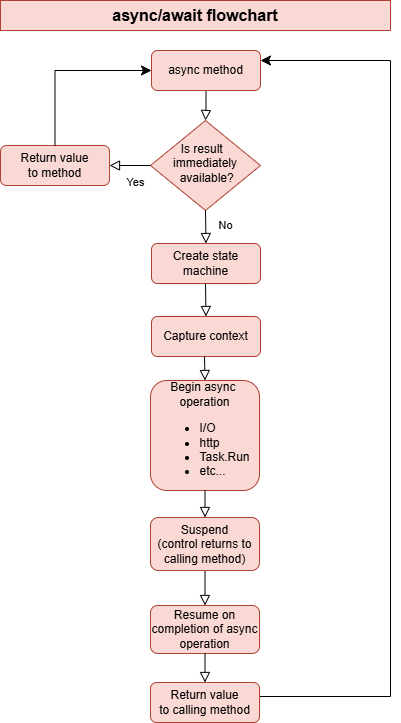
Earlier version of the draw.io export readme-images/async-await-flowchart.png (grantcolley/dotnetwhat). Source tidied: cells renumbered, new cells last; positions are measured from the earlier drawing's top-left corner, leaving out a move shared by most shapes.
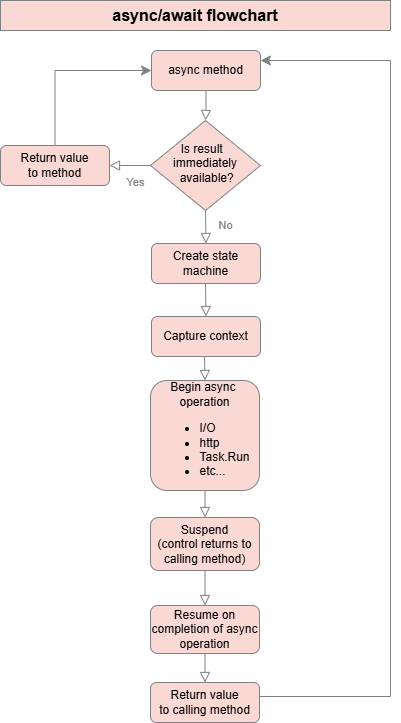
Above is the later version.

Change to the diagram source:
```diff
@@ -2,57 +2,57 @@
   <root>
     <mxCell id="0" />
     <mxCell id="1" parent="0" />
-    <mxCell id="2" style="rounded=0;html=1;jettySize=auto;fontSize=11;endArrow=block;endFill=0;endSize=8;strokeWidth=1;shadow=0;labelBackgroundColor=none;edgeStyle=orthogonalEdgeStyle;entryX=0.5;entryY=0;entryDx=0;entryDy=0;" parent="1" edge="1" source="3" target="4">
+    <mxCell id="2" style="rounded=0;html=1;jettySize=auto;fontSize=11;endArrow=block;endFill=0;endSize=8;strokeWidth=1;shadow=0;labelBackgroundColor=none;edgeStyle=orthogonalEdgeStyle;entryX=0.5;entryY=0;entryDx=0;entryDy=0;strokeColor=#808080;" parent="1" edge="1" source="3" target="4">
       <mxGeometry relative="1" as="geometry" />
     </mxCell>
-    <mxCell id="3" value="async method" style="rounded=1;whiteSpace=wrap;html=1;fontSize=12;glass=0;strokeWidth=1;shadow=0;fillColor=#fad9d5;strokeColor=#ae4132;" parent="1" vertex="1">
+    <mxCell id="3" value="async method" style="rounded=1;whiteSpace=wrap;html=1;fontSize=12;glass=0;strokeWidth=1;shadow=0;fillColor=#fad9d5;strokeColor=#808080;" parent="1" vertex="1">
       <mxGeometry x="151" y="50" width="109" height="40" as="geometry" />
     </mxCell>
-    <mxCell id="4" value="Is result&amp;nbsp;&amp;nbsp;&lt;div&gt;immediately&lt;/div&gt;&lt;div&gt;&amp;nbsp;available?&lt;/div&gt;" style="rhombus;whiteSpace=wrap;html=1;shadow=0;fontFamily=Helvetica;fontSize=12;align=center;strokeWidth=1;spacing=6;spacingTop=-4;fillColor=#fad9d5;strokeColor=#ae4132;" parent="1" vertex="1">
+    <mxCell id="4" value="Is result&amp;nbsp;&amp;nbsp;&lt;div&gt;immediately&lt;/div&gt;&lt;div&gt;&amp;nbsp;available?&lt;/div&gt;" style="rhombus;whiteSpace=wrap;html=1;shadow=0;fontFamily=Helvetica;fontSize=12;align=center;strokeWidth=1;spacing=6;spacingTop=-4;fillColor=#fad9d5;strokeColor=#808080;" parent="1" vertex="1">
       <mxGeometry x="150" y="120" width="110" height="90" as="geometry" />
     </mxCell>
-    <mxCell id="5" value="Create state machine" style="rounded=1;whiteSpace=wrap;html=1;fontSize=12;glass=0;strokeWidth=1;shadow=0;fillColor=#fad9d5;strokeColor=#ae4132;" parent="1" vertex="1">
+    <mxCell id="5" value="Create state machine" style="rounded=1;whiteSpace=wrap;html=1;fontSize=12;glass=0;strokeWidth=1;shadow=0;fillColor=#fad9d5;strokeColor=#808080;" parent="1" vertex="1">
       <mxGeometry x="151" y="243" width="109" height="40" as="geometry" />
     </mxCell>
-    <mxCell id="6" value="Return value&lt;div&gt;to method&lt;/div&gt;" style="rounded=1;whiteSpace=wrap;html=1;fontSize=12;glass=0;strokeWidth=1;shadow=0;fillColor=#fad9d5;strokeColor=#ae4132;" parent="1" vertex="1">
+    <mxCell id="6" value="Return value&lt;div&gt;to method&lt;/div&gt;" style="rounded=1;whiteSpace=wrap;html=1;fontSize=12;glass=0;strokeWidth=1;shadow=0;fillColor=#fad9d5;strokeColor=#808080;" parent="1" vertex="1">
       <mxGeometry y="145" width="109" height="40" as="geometry" />
     </mxCell>
-    <mxCell id="7" value="&lt;div&gt;&lt;br&gt;&lt;/div&gt;&lt;div&gt;&lt;br&gt;&lt;/div&gt;&amp;nbsp; &amp;nbsp; Yes&lt;div&gt;&lt;br&gt;&lt;/div&gt;" style="edgeStyle=orthogonalEdgeStyle;rounded=0;html=1;jettySize=auto;fontSize=11;endArrow=block;endFill=0;endSize=8;strokeWidth=1;shadow=0;labelBackgroundColor=none;exitX=0;exitY=0.5;exitDx=0;exitDy=0;" parent="1" edge="1" source="4" target="6">
+    <mxCell id="7" value="&lt;div&gt;&lt;font style=&quot;color: rgb(128, 128, 128);&quot;&gt;&lt;br&gt;&lt;/font&gt;&lt;/div&gt;&lt;div&gt;&lt;font style=&quot;color: rgb(128, 128, 128);&quot;&gt;&lt;br&gt;&lt;/font&gt;&lt;/div&gt;&lt;font style=&quot;color: rgb(128, 128, 128);&quot;&gt;&amp;nbsp; &amp;nbsp; Yes&lt;/font&gt;&lt;div&gt;&lt;br&gt;&lt;/div&gt;" style="edgeStyle=orthogonalEdgeStyle;rounded=0;html=1;jettySize=auto;fontSize=11;endArrow=block;endFill=0;endSize=8;strokeWidth=1;shadow=0;labelBackgroundColor=none;exitX=0;exitY=0.5;exitDx=0;exitDy=0;strokeColor=#808080;" parent="1" edge="1" source="4" target="6">
       <mxGeometry x="0.02" y="10" relative="1" as="geometry" />
     </mxCell>
-    <mxCell id="8" value="No&lt;div&gt;&lt;br&gt;&lt;/div&gt;" style="rounded=0;html=1;jettySize=auto;fontSize=11;endArrow=block;endFill=0;endSize=8;strokeWidth=1;shadow=0;labelBackgroundColor=none;edgeStyle=orthogonalEdgeStyle;exitX=0.5;exitY=1;exitDx=0;exitDy=0;entryX=0.5;entryY=0;entryDx=0;entryDy=0;" parent="1" edge="1" source="4" target="5">
+    <mxCell id="8" value="&lt;font style=&quot;color: rgb(128, 128, 128);&quot;&gt;No&lt;/font&gt;&lt;div&gt;&lt;br&gt;&lt;/div&gt;" style="rounded=0;html=1;jettySize=auto;fontSize=11;endArrow=block;endFill=0;endSize=8;strokeWidth=1;shadow=0;labelBackgroundColor=none;edgeStyle=orthogonalEdgeStyle;exitX=0.5;exitY=1;exitDx=0;exitDy=0;entryX=0.5;entryY=0;entryDx=0;entryDy=0;strokeColor=#808080;" parent="1" edge="1" source="4" target="5">
       <mxGeometry x="0.33" y="20" relative="1" as="geometry" />
     </mxCell>
-    <mxCell id="9" style="edgeStyle=segmentEdgeStyle;endArrow=classic;html=1;curved=0;rounded=0;endSize=8;startSize=8;exitX=0.5;exitY=0;exitDx=0;exitDy=0;entryX=0;entryY=0.5;entryDx=0;entryDy=0;" parent="1" edge="1" source="6" target="3">
+    <mxCell id="9" style="edgeStyle=segmentEdgeStyle;endArrow=classic;html=1;curved=0;rounded=0;endSize=8;startSize=8;exitX=0.5;exitY=0;exitDx=0;exitDy=0;entryX=0;entryY=0.5;entryDx=0;entryDy=0;strokeColor=#808080;" parent="1" edge="1" source="6" target="3">
       <mxGeometry relative="1" as="geometry">
         <Array as="points">
           <mxPoint x="55" y="70" />
         </Array>
       </mxGeometry>
     </mxCell>
-    <mxCell id="10" value="Capture context" style="rounded=1;whiteSpace=wrap;html=1;fontSize=12;glass=0;strokeWidth=1;shadow=0;fillColor=#fad9d5;strokeColor=#ae4132;" parent="1" vertex="1">
+    <mxCell id="10" value="Capture context" style="rounded=1;whiteSpace=wrap;html=1;fontSize=12;glass=0;strokeWidth=1;shadow=0;fillColor=#fad9d5;strokeColor=#808080;" parent="1" vertex="1">
       <mxGeometry x="151" y="316" width="109" height="40" as="geometry" />
     </mxCell>
-    <mxCell id="11" value="&lt;div&gt;&lt;br&gt;&lt;/div&gt;" style="rounded=0;html=1;jettySize=auto;fontSize=11;endArrow=block;endFill=0;endSize=8;strokeWidth=1;shadow=0;labelBackgroundColor=none;edgeStyle=orthogonalEdgeStyle;exitX=0.5;exitY=1;exitDx=0;exitDy=0;entryX=0.5;entryY=0;entryDx=0;entryDy=0;" parent="1" edge="1" target="10">
+    <mxCell id="11" value="&lt;div&gt;&lt;br&gt;&lt;/div&gt;" style="rounded=0;html=1;jettySize=auto;fontSize=11;endArrow=block;endFill=0;endSize=8;strokeWidth=1;shadow=0;labelBackgroundColor=none;edgeStyle=orthogonalEdgeStyle;exitX=0.5;exitY=1;exitDx=0;exitDy=0;entryX=0.5;entryY=0;entryDx=0;entryDy=0;strokeColor=#808080;" parent="1" edge="1" target="10">
       <mxGeometry x="0.33" y="20" relative="1" as="geometry">
         <mxPoint x="205" y="283" as="sourcePoint" />
       </mxGeometry>
     </mxCell>
-    <mxCell id="12" value="Begin async&amp;nbsp;&lt;div&gt;operation&lt;/div&gt;&lt;div&gt;&lt;ul&gt;&lt;li style=&quot;text-align: left;&quot;&gt;&lt;span style=&quot;background-color: transparent; color: light-dark(rgb(0, 0, 0), rgb(255, 255, 255));&quot;&gt;I/O&lt;/span&gt;&lt;/li&gt;&lt;li style=&quot;text-align: left;&quot;&gt;&lt;span style=&quot;background-color: transparent; color: light-dark(rgb(0, 0, 0), rgb(255, 255, 255));&quot;&gt;http&lt;/span&gt;&lt;/li&gt;&lt;li style=&quot;text-align: left;&quot;&gt;Task.Run&lt;/li&gt;&lt;li style=&quot;text-align: left;&quot;&gt;etc...&lt;/li&gt;&lt;/ul&gt;&lt;/div&gt;" style="rounded=1;whiteSpace=wrap;html=1;fontSize=12;glass=0;strokeWidth=1;shadow=0;fillColor=#fad9d5;strokeColor=#ae4132;" parent="1" vertex="1">
+    <mxCell id="12" value="Begin async&amp;nbsp;&lt;div&gt;operation&lt;/div&gt;&lt;div&gt;&lt;ul&gt;&lt;li style=&quot;text-align: left;&quot;&gt;&lt;span style=&quot;background-color: transparent; color: light-dark(rgb(0, 0, 0), rgb(255, 255, 255));&quot;&gt;I/O&lt;/span&gt;&lt;/li&gt;&lt;li style=&quot;text-align: left;&quot;&gt;&lt;span style=&quot;background-color: transparent; color: light-dark(rgb(0, 0, 0), rgb(255, 255, 255));&quot;&gt;http&lt;/span&gt;&lt;/li&gt;&lt;li style=&quot;text-align: left;&quot;&gt;Task.Run&lt;/li&gt;&lt;li style=&quot;text-align: left;&quot;&gt;etc...&lt;/li&gt;&lt;/ul&gt;&lt;/div&gt;" style="rounded=1;whiteSpace=wrap;html=1;fontSize=12;glass=0;strokeWidth=1;shadow=0;fillColor=#fad9d5;strokeColor=#808080;" parent="1" vertex="1">
       <mxGeometry x="150" y="380" width="109" height="110" as="geometry" />
     </mxCell>
-    <mxCell id="13" value="&lt;div&gt;&lt;br&gt;&lt;/div&gt;" style="rounded=0;html=1;jettySize=auto;fontSize=11;endArrow=block;endFill=0;endSize=8;strokeWidth=1;shadow=0;labelBackgroundColor=none;edgeStyle=orthogonalEdgeStyle;exitX=0.5;exitY=1;exitDx=0;exitDy=0;entryX=0.5;entryY=0;entryDx=0;entryDy=0;" parent="1" edge="1" target="12">
+    <mxCell id="13" value="&lt;div&gt;&lt;br&gt;&lt;/div&gt;" style="rounded=0;html=1;jettySize=auto;fontSize=11;endArrow=block;endFill=0;endSize=8;strokeWidth=1;shadow=0;labelBackgroundColor=none;edgeStyle=orthogonalEdgeStyle;exitX=0.5;exitY=1;exitDx=0;exitDy=0;entryX=0.5;entryY=0;entryDx=0;entryDy=0;strokeColor=#808080;" parent="1" edge="1" target="12">
       <mxGeometry x="0.33" y="20" relative="1" as="geometry">
         <mxPoint x="204" y="356" as="sourcePoint" />
       </mxGeometry>
     </mxCell>
-    <mxCell id="14" value="Resume on completion of async operation" style="rounded=1;whiteSpace=wrap;html=1;fontSize=12;glass=0;strokeWidth=1;shadow=0;fillColor=#fad9d5;strokeColor=#ae4132;" parent="1" vertex="1">
+    <mxCell id="14" value="Resume on completion of async operation" style="rounded=1;whiteSpace=wrap;html=1;fontSize=12;glass=0;strokeWidth=1;shadow=0;fillColor=#fad9d5;strokeColor=#808080;" parent="1" vertex="1">
       <mxGeometry x="150" y="605" width="109" height="48" as="geometry" />
     </mxCell>
-    <mxCell id="15" value="&lt;div&gt;&lt;br&gt;&lt;/div&gt;" style="rounded=0;html=1;jettySize=auto;fontSize=11;endArrow=block;endFill=0;endSize=8;strokeWidth=1;shadow=0;labelBackgroundColor=none;edgeStyle=orthogonalEdgeStyle;entryX=0.5;entryY=0;entryDx=0;entryDy=0;exitX=0.5;exitY=1;exitDx=0;exitDy=0;" parent="1" edge="1" source="19" target="14">
+    <mxCell id="15" value="&lt;div&gt;&lt;br&gt;&lt;/div&gt;" style="rounded=0;html=1;jettySize=auto;fontSize=11;endArrow=block;endFill=0;endSize=8;strokeWidth=1;shadow=0;labelBackgroundColor=none;edgeStyle=orthogonalEdgeStyle;entryX=0.5;entryY=0;entryDx=0;entryDy=0;exitX=0.5;exitY=1;exitDx=0;exitDy=0;strokeColor=#808080;" parent="1" edge="1" source="19" target="14">
       <mxGeometry x="0.33" y="20" relative="1" as="geometry" />
     </mxCell>
-    <mxCell id="16" style="edgeStyle=segmentEdgeStyle;endArrow=classic;html=1;curved=0;rounded=0;endSize=8;startSize=8;exitX=1;exitY=0.5;exitDx=0;exitDy=0;" parent="1" edge="1" source="17">
+    <mxCell id="16" style="edgeStyle=segmentEdgeStyle;endArrow=classic;html=1;curved=0;rounded=0;endSize=8;startSize=8;exitX=1;exitY=0.5;exitDx=0;exitDy=0;strokeColor=#808080;" parent="1" edge="1" source="17">
       <mxGeometry relative="1" as="geometry">
         <mxPoint x="260" y="60" as="targetPoint" />
         <Array as="points">
@@ -61,19 +61,19 @@
         </Array>
       </mxGeometry>
     </mxCell>
-    <mxCell id="17" value="Return value&lt;div&gt;to calling method&lt;/div&gt;" style="rounded=1;whiteSpace=wrap;html=1;fontSize=12;glass=0;strokeWidth=1;shadow=0;fillColor=#fad9d5;strokeColor=#ae4132;" parent="1" vertex="1">
+    <mxCell id="17" value="Return value&lt;div&gt;to calling method&lt;/div&gt;" style="rounded=1;whiteSpace=wrap;html=1;fontSize=12;glass=0;strokeWidth=1;shadow=0;fillColor=#fad9d5;strokeColor=#808080;" parent="1" vertex="1">
       <mxGeometry x="150" y="682" width="109" height="40" as="geometry" />
     </mxCell>
-    <mxCell id="18" value="&lt;div&gt;&lt;br&gt;&lt;/div&gt;" style="rounded=0;html=1;jettySize=auto;fontSize=11;endArrow=block;endFill=0;endSize=8;strokeWidth=1;shadow=0;labelBackgroundColor=none;edgeStyle=orthogonalEdgeStyle;exitX=0.5;exitY=1;exitDx=0;exitDy=0;entryX=0.5;entryY=0;entryDx=0;entryDy=0;" parent="1" edge="1" source="14" target="17">
+    <mxCell id="18" value="&lt;div&gt;&lt;br&gt;&lt;/div&gt;" style="rounded=0;html=1;jettySize=auto;fontSize=11;endArrow=block;endFill=0;endSize=8;strokeWidth=1;shadow=0;labelBackgroundColor=none;edgeStyle=orthogonalEdgeStyle;exitX=0.5;exitY=1;exitDx=0;exitDy=0;entryX=0.5;entryY=0;entryDx=0;entryDy=0;strokeColor=#808080;" parent="1" edge="1" source="14" target="17">
       <mxGeometry x="0.33" y="20" relative="1" as="geometry" />
     </mxCell>
-    <mxCell id="19" value="Suspend&lt;div&gt;(control returns to calling method)&lt;/div&gt;" style="rounded=1;whiteSpace=wrap;html=1;fontSize=12;glass=0;strokeWidth=1;shadow=0;fillColor=#fad9d5;strokeColor=#ae4132;" parent="1" vertex="1">
+    <mxCell id="19" value="Suspend&lt;div&gt;(control returns to calling method)&lt;/div&gt;" style="rounded=1;whiteSpace=wrap;html=1;fontSize=12;glass=0;strokeWidth=1;shadow=0;fillColor=#fad9d5;strokeColor=#808080;" parent="1" vertex="1">
       <mxGeometry x="150" y="517" width="109" height="53" as="geometry" />
     </mxCell>
-    <mxCell id="20" value="&lt;div&gt;&lt;br&gt;&lt;/div&gt;" style="rounded=0;html=1;jettySize=auto;fontSize=11;endArrow=block;endFill=0;endSize=8;strokeWidth=1;shadow=0;labelBackgroundColor=none;edgeStyle=orthogonalEdgeStyle;entryX=0.5;entryY=0;entryDx=0;entryDy=0;exitX=0.5;exitY=1;exitDx=0;exitDy=0;" parent="1" edge="1" source="12" target="19">
+    <mxCell id="20" value="&lt;div&gt;&lt;br&gt;&lt;/div&gt;" style="rounded=0;html=1;jettySize=auto;fontSize=11;endArrow=block;endFill=0;endSize=8;strokeWidth=1;shadow=0;labelBackgroundColor=none;edgeStyle=orthogonalEdgeStyle;entryX=0.5;entryY=0;entryDx=0;entryDy=0;exitX=0.5;exitY=1;exitDx=0;exitDy=0;strokeColor=#808080;" parent="1" edge="1" source="12" target="19">
       <mxGeometry x="0.33" y="20" relative="1" as="geometry" />
     </mxCell>
-    <mxCell id="21" value="&lt;b&gt;async/await flowchart&lt;/b&gt;" style="text;html=1;align=center;verticalAlign=middle;whiteSpace=wrap;rounded=0;fontSize=16;fillColor=#fad9d5;strokeColor=#ae4132;" parent="1" vertex="1">
+    <mxCell id="21" value="&lt;b&gt;async/await flowchart&lt;/b&gt;" style="text;html=1;align=center;verticalAlign=middle;whiteSpace=wrap;rounded=0;fontSize=16;fillColor=#fad9d5;strokeColor=#808080;" parent="1" vertex="1">
       <mxGeometry width="390" height="30" as="geometry" />
     </mxCell>
   </root>
```
